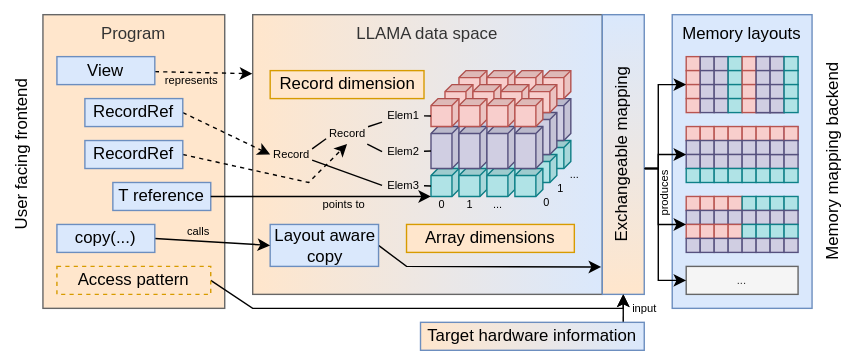
Above: docs/images/concept.svg in alpaka-group/llama (draw.io), before the change. Source tidied: cells renumbered, new cells last; positions are measured from the earlier drawing's top-left corner, leaving out a move shared by most shapes.
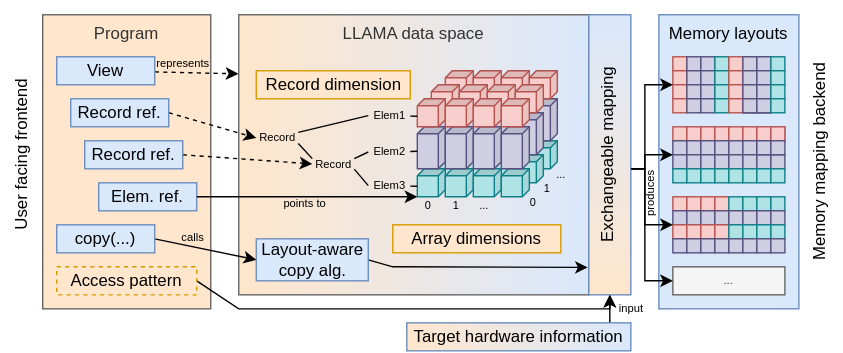
The same file after the commit.

Commit message:
Update concepts figure

The edit, as a diff of the source:
```diff
@@ -6,13 +6,13 @@
       <mxGeometry x="580" y="10" width="30" height="210" as="geometry" />
     </mxCell>
     <mxCell id="3" value="User facing frontend" style="rounded=0;whiteSpace=wrap;html=1;verticalAlign=middle;strokeColor=none;fillColor=none;horizontal=0;fontSize=12;" parent="1" vertex="1">
-      <mxGeometry width="30" height="220" as="geometry" />
+      <mxGeometry x="10" width="30" height="220" as="geometry" />
     </mxCell>
     <mxCell id="4" value="LLAMA data space" style="rounded=0;whiteSpace=wrap;html=1;strokeColor=#666666;fontColor=#333333;verticalAlign=top;fillColor=#FFE6CC;gradientColor=#DAE8FC;gradientDirection=east;" parent="1" vertex="1">
       <mxGeometry x="180" y="10" width="250" height="200" as="geometry" />
     </mxCell>
     <mxCell id="5" value="Program" style="rounded=0;whiteSpace=wrap;html=1;strokeColor=#666666;fontColor=#333333;verticalAlign=top;fillColor=#FFE6CC;" parent="1" vertex="1">
-      <mxGeometry x="30" y="10" width="130" height="210" as="geometry" />
+      <mxGeometry x="40" y="10" width="120" height="210" as="geometry" />
     </mxCell>
     <mxCell id="6" value="Record dimension" style="rounded=0;whiteSpace=wrap;html=1;fillColor=#ffe6cc;strokeColor=#d79b00;rotation=0;" parent="1" vertex="1">
       <mxGeometry x="192.5" y="50" width="110" height="20" as="geometry" />
@@ -25,29 +25,25 @@
     </mxCell>
     <mxCell id="9" value="represents" style="edgeLabel;html=1;align=center;verticalAlign=middle;fontSize=8;labelBackgroundColor=none;" parent="8" vertex="1">
       <mxGeometry x="-0.27" y="-1" relative="1" as="geometry">
-        <mxPoint y="4" as="offset" />
+        <mxPoint x="-2" y="-7" as="offset" />
       </mxGeometry>
     </mxCell>
     <mxCell id="10" value="View" style="rounded=0;whiteSpace=wrap;html=1;fillColor=#dae8fc;strokeColor=#6c8ebf;" parent="1" vertex="1">
-      <mxGeometry x="40" y="40" width="70" height="20" as="geometry" />
+      <mxGeometry x="50" y="40" width="70" height="20" as="geometry" />
     </mxCell>
     <mxCell id="11" style="edgeStyle=none;rounded=0;jettySize=auto;html=1;entryX=0;entryY=0.5;entryDx=0;entryDy=0;endArrow=classic;endFill=1;exitX=1;exitY=0.5;exitDx=0;exitDy=0;dashed=1;" parent="1" edge="1" source="12" target="69">
       <mxGeometry relative="1" as="geometry" />
     </mxCell>
-    <mxCell id="12" value="RecordRef" style="rounded=0;whiteSpace=wrap;html=1;fillColor=#dae8fc;strokeColor=#6c8ebf;" parent="1" vertex="1">
+    <mxCell id="12" value="Record ref." style="rounded=0;whiteSpace=wrap;html=1;fillColor=#dae8fc;strokeColor=#6c8ebf;" parent="1" vertex="1">
       <mxGeometry x="60" y="70" width="70" height="20" as="geometry" />
     </mxCell>
-    <mxCell id="13" style="edgeStyle=none;rounded=0;jettySize=auto;html=1;entryX=0.5;entryY=1;entryDx=0;entryDy=0;endArrow=classic;endFill=1;exitX=1;exitY=0.5;exitDx=0;exitDy=0;dashed=1;" parent="1" edge="1" source="14" target="60">
-      <mxGeometry relative="1" as="geometry">
-        <Array as="points">
-          <mxPoint x="220" y="130" />
-        </Array>
-      </mxGeometry>
+    <mxCell id="13" style="edgeStyle=none;rounded=0;jettySize=auto;html=1;entryX=0;entryY=0.5;entryDx=0;entryDy=0;endArrow=classic;endFill=1;exitX=1;exitY=0.5;exitDx=0;exitDy=0;dashed=1;" parent="1" edge="1" source="14" target="60">
+      <mxGeometry relative="1" as="geometry" />
     </mxCell>
-    <mxCell id="14" value="RecordRef" style="rounded=0;whiteSpace=wrap;html=1;fillColor=#dae8fc;strokeColor=#6c8ebf;" parent="1" vertex="1">
-      <mxGeometry x="60" y="100" width="70" height="20" as="geometry" />
+    <mxCell id="14" value="Record ref." style="rounded=0;whiteSpace=wrap;html=1;fillColor=#dae8fc;strokeColor=#6c8ebf;" parent="1" vertex="1">
+      <mxGeometry x="70" y="100" width="70" height="20" as="geometry" />
     </mxCell>
-    <mxCell id="15" value="T reference" style="rounded=0;whiteSpace=wrap;html=1;fillColor=#dae8fc;strokeColor=#6c8ebf;" parent="1" vertex="1">
+    <mxCell id="15" value="Elem. ref." style="rounded=0;whiteSpace=wrap;html=1;fillColor=#dae8fc;strokeColor=#6c8ebf;" parent="1" vertex="1">
       <mxGeometry x="80" y="130" width="70" height="20" as="geometry" />
     </mxCell>
     <mxCell id="16" style="shape=cube;whiteSpace=wrap;html=1;boundedLbl=1;backgroundOutline=1;darkOpacity=0.05;darkOpacity2=0.1;labelBackgroundColor=#ffffff;fontSize=7.8;align=left;size=5;rotation=90;fillColor=#b0e3e6;strokeColor=#0e8088;" parent="1" vertex="1">
@@ -176,14 +172,14 @@
     <mxCell id="57" value="Elem3" style="text;html=1;strokeColor=none;fillColor=none;align=center;verticalAlign=middle;whiteSpace=wrap;rounded=0;labelBackgroundColor=none;fontSize=8;" parent="1" vertex="1">
       <mxGeometry x="272.5" y="124" width="30" height="16" as="geometry" />
     </mxCell>
-    <mxCell id="58" style="rounded=0;jumpStyle=arc;jettySize=auto;html=1;startArrow=none;startFill=0;endArrow=none;endFill=0;fontSize=7.8;" parent="1" edge="1" source="60" target="53">
+    <mxCell id="58" style="rounded=0;jumpStyle=arc;jettySize=auto;html=1;startArrow=none;startFill=0;endArrow=none;endFill=0;fontSize=7.8;entryX=0;entryY=0.5;entryDx=0;entryDy=0;exitX=1;exitY=0.25;exitDx=0;exitDy=0;" parent="1" edge="1" source="60" target="55">
       <mxGeometry x="242.5" y="50" as="geometry" />
     </mxCell>
-    <mxCell id="59" style="edgeStyle=none;rounded=0;jumpStyle=arc;jettySize=auto;html=1;entryX=0;entryY=0.5;entryDx=0;entryDy=0;startArrow=none;startFill=0;endArrow=none;endFill=0;fontSize=7.8;" parent="1" edge="1" source="60" target="55">
+    <mxCell id="59" style="edgeStyle=none;rounded=0;jumpStyle=arc;jettySize=auto;html=1;entryX=0;entryY=0.5;entryDx=0;entryDy=0;startArrow=none;startFill=0;endArrow=none;endFill=0;fontSize=7.8;exitX=1;exitY=0.75;exitDx=0;exitDy=0;" parent="1" edge="1" source="60" target="57">
       <mxGeometry x="242.5" y="50" as="geometry" />
     </mxCell>
     <mxCell id="60" value="Record" style="text;html=1;strokeColor=none;fillColor=none;align=center;verticalAlign=middle;whiteSpace=wrap;rounded=0;labelBackgroundColor=none;fontSize=8;" parent="1" vertex="1">
-      <mxGeometry x="232.5" y="87.5" width="30" height="15" as="geometry" />
+      <mxGeometry x="232.5" y="109" width="30" height="15" as="geometry" />
     </mxCell>
     <mxCell id="61" value="0" style="text;html=1;strokeColor=none;fillColor=none;align=center;verticalAlign=middle;whiteSpace=wrap;rounded=0;labelBackgroundColor=none;fontSize=7.8;" parent="1" vertex="1">
       <mxGeometry x="307.5" y="142" width="15" height="8" as="geometry" />
@@ -203,14 +199,14 @@
     <mxCell id="66" value="..." style="text;html=1;strokeColor=none;fillColor=none;align=center;verticalAlign=middle;whiteSpace=wrap;rounded=0;labelBackgroundColor=none;fontSize=7.8;" parent="1" vertex="1">
       <mxGeometry x="347.5" y="142" width="15" height="8" as="geometry" />
     </mxCell>
-    <mxCell id="67" style="rounded=0;jettySize=auto;html=1;entryX=0;entryY=0.75;entryDx=0;entryDy=0;endArrow=none;endFill=0;exitX=1;exitY=0.25;exitDx=0;exitDy=0;" parent="1" edge="1" source="69" target="60">
+    <mxCell id="67" style="rounded=0;jettySize=auto;html=1;entryX=0;entryY=0.5;entryDx=0;entryDy=0;endArrow=none;endFill=0;exitX=1;exitY=0.25;exitDx=0;exitDy=0;" parent="1" edge="1" source="69" target="53">
       <mxGeometry relative="1" as="geometry" />
     </mxCell>
-    <mxCell id="68" style="edgeStyle=none;rounded=0;jettySize=auto;html=1;entryX=0;entryY=0.5;entryDx=0;entryDy=0;endArrow=none;endFill=0;exitX=1;exitY=0.75;exitDx=0;exitDy=0;" parent="1" edge="1" source="69" target="57">
+    <mxCell id="68" style="edgeStyle=none;rounded=0;jettySize=auto;html=1;endArrow=none;endFill=0;exitX=1;exitY=0.75;exitDx=0;exitDy=0;entryX=0;entryY=0.25;entryDx=0;entryDy=0;" parent="1" edge="1" source="69" target="60">
       <mxGeometry relative="1" as="geometry" />
     </mxCell>
     <mxCell id="69" value="Record" style="text;html=1;strokeColor=none;fillColor=none;align=center;verticalAlign=middle;whiteSpace=wrap;rounded=0;labelBackgroundColor=none;fontSize=8;" parent="1" vertex="1">
-      <mxGeometry x="192.5" y="102" width="30" height="16" as="geometry" />
+      <mxGeometry x="192.5" y="90" width="30" height="16" as="geometry" />
     </mxCell>
     <mxCell id="70" style="edgeStyle=none;rounded=0;jettySize=auto;html=1;endArrow=classic;endFill=1;exitX=1;exitY=0.5;exitDx=0;exitDy=0;entryX=1;entryY=1;entryDx=0;entryDy=0;entryPerimeter=0;" parent="1" edge="1" source="15" target="40">
       <mxGeometry relative="1" as="geometry">
@@ -221,7 +217,7 @@
     </mxCell>
     <mxCell id="71" value="points to" style="edgeLabel;html=1;align=center;verticalAlign=middle;fontSize=8;labelBackgroundColor=none;" parent="70" vertex="1">
       <mxGeometry x="0.14" relative="1" as="geometry">
-        <mxPoint x="4.9" y="5.7" as="offset" />
+        <mxPoint x="-13" y="5" as="offset" />
       </mxGeometry>
     </mxCell>
     <mxCell id="72" value="Memory layouts" style="rounded=0;whiteSpace=wrap;html=1;fillColor=#dae8fc;strokeColor=#6c8ebf;verticalAlign=top;" parent="1" vertex="1">
@@ -587,7 +583,7 @@
       </mxGeometry>
     </mxCell>
     <mxCell id="186" value="Access pattern" style="rounded=0;whiteSpace=wrap;html=1;fillColor=#ffe6cc;strokeColor=#d79b00;glass=0;shadow=0;dashed=1;" parent="1" vertex="1">
-      <mxGeometry x="40" y="190" width="110" height="20" as="geometry" />
+      <mxGeometry x="50" y="190" width="100" height="20" as="geometry" />
     </mxCell>
     <mxCell id="187" value="Exchangeable mapping" style="rounded=0;whiteSpace=wrap;html=1;strokeColor=#6c8ebf;verticalAlign=top;horizontal=0;perimeterSpacing=0;shadow=0;sketch=0;fillColor=#FFE6CC;gradientColor=#DAE8FC;gradientDirection=north;" parent="1" vertex="1">
       <mxGeometry x="430" y="10" width="30" height="200" as="geometry" />
@@ -599,8 +595,8 @@
         </Array>
       </mxGeometry>
     </mxCell>
-    <mxCell id="189" value="Layout aware copy" style="rounded=0;whiteSpace=wrap;html=1;fillColor=#dae8fc;strokeColor=#6c8ebf;verticalAlign=middle;horizontal=1;" parent="1" vertex="1">
-      <mxGeometry x="192.5" y="160" width="77.5" height="30" as="geometry" />
+    <mxCell id="189" value="Layout-aware copy alg." style="rounded=0;whiteSpace=wrap;html=1;fillColor=#dae8fc;strokeColor=#6c8ebf;verticalAlign=middle;horizontal=1;" parent="1" vertex="1">
+      <mxGeometry x="192.5" y="170" width="80" height="30" as="geometry" />
     </mxCell>
     <mxCell id="190" style="edgeStyle=none;rounded=0;jettySize=auto;html=1;entryX=0.5;entryY=1;entryDx=0;entryDy=0;exitX=0.906;exitY=0.003;exitDx=0;exitDy=0;exitPerimeter=0;" parent="1" edge="1" source="192" target="187">
       <mxGeometry relative="1" as="geometry" />
@@ -618,11 +614,11 @@
     </mxCell>
     <mxCell id="194" value="calls" style="edgeLabel;html=1;align=center;verticalAlign=middle;fontSize=8;labelBackgroundColor=none;" parent="193" vertex="1">
       <mxGeometry x="0.25" y="-1" relative="1" as="geometry">
-        <mxPoint x="-21.5" y="-9.1" as="offset" />
+        <mxPoint x="-18" y="-12" as="offset" />
       </mxGeometry>
     </mxCell>
     <mxCell id="195" value="copy(...)" style="rounded=0;whiteSpace=wrap;html=1;fillColor=#dae8fc;strokeColor=#6c8ebf;glass=0;shadow=0;" parent="1" vertex="1">
-      <mxGeometry x="40" y="160" width="70" height="20" as="geometry" />
+      <mxGeometry x="50" y="160" width="70" height="20" as="geometry" />
     </mxCell>
     <mxCell id="196" value="..." style="rounded=0;whiteSpace=wrap;html=1;fillColor=#f5f5f5;strokeColor=#666666;fontColor=#333333;fontSize=8;" parent="1" vertex="1">
       <mxGeometry x="490" y="190" width="80" height="20" as="geometry" />
```
